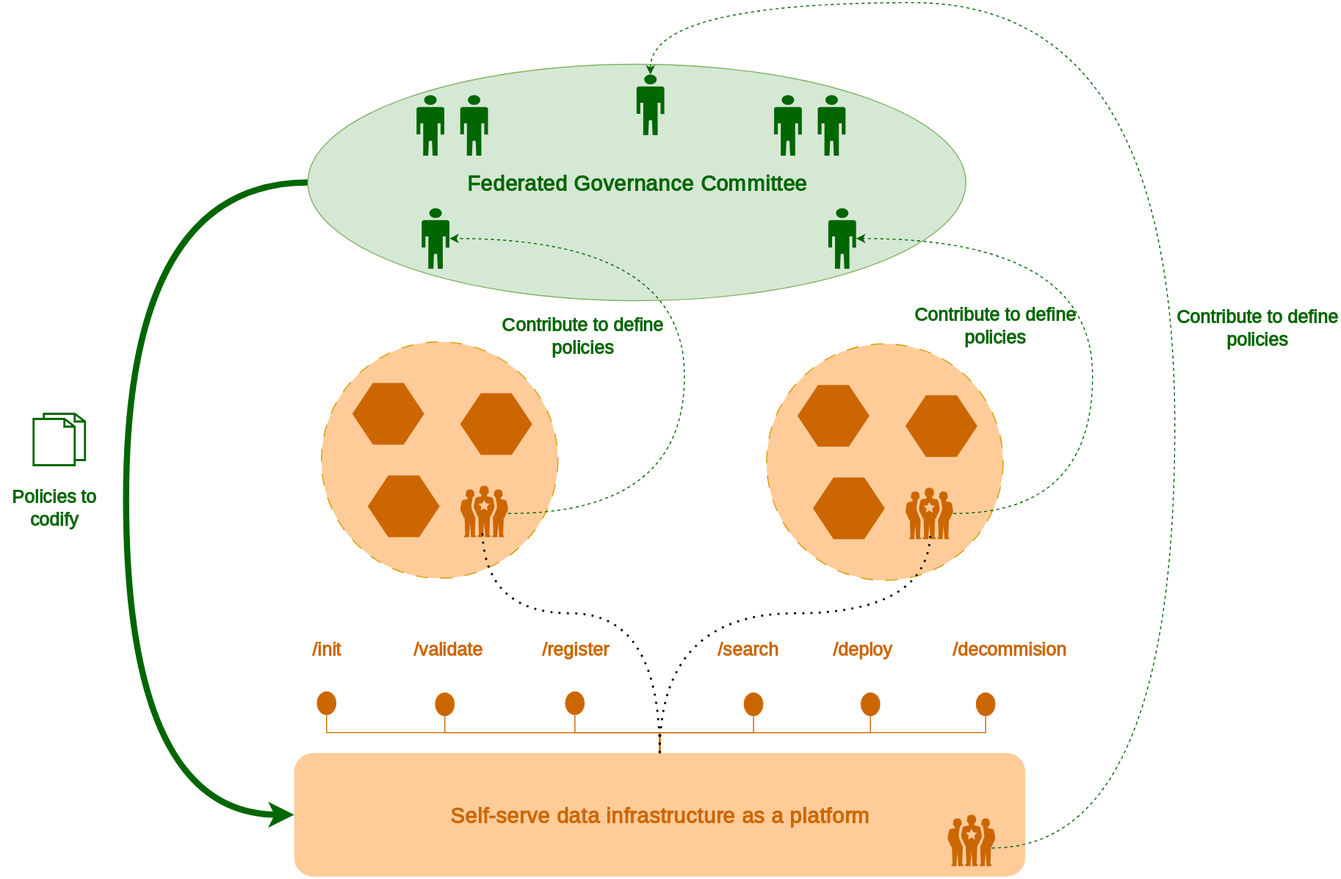
This is docs/images/concepts/federated-computational-governance.svg from opendatamesh-initiative/odm-site-platform, a draw.io export, as it was before one commit. Source tidied: cells renumbered, new cells last; positions are measured from the earlier drawing's top-left corner, leaving out a move shared by most shapes.
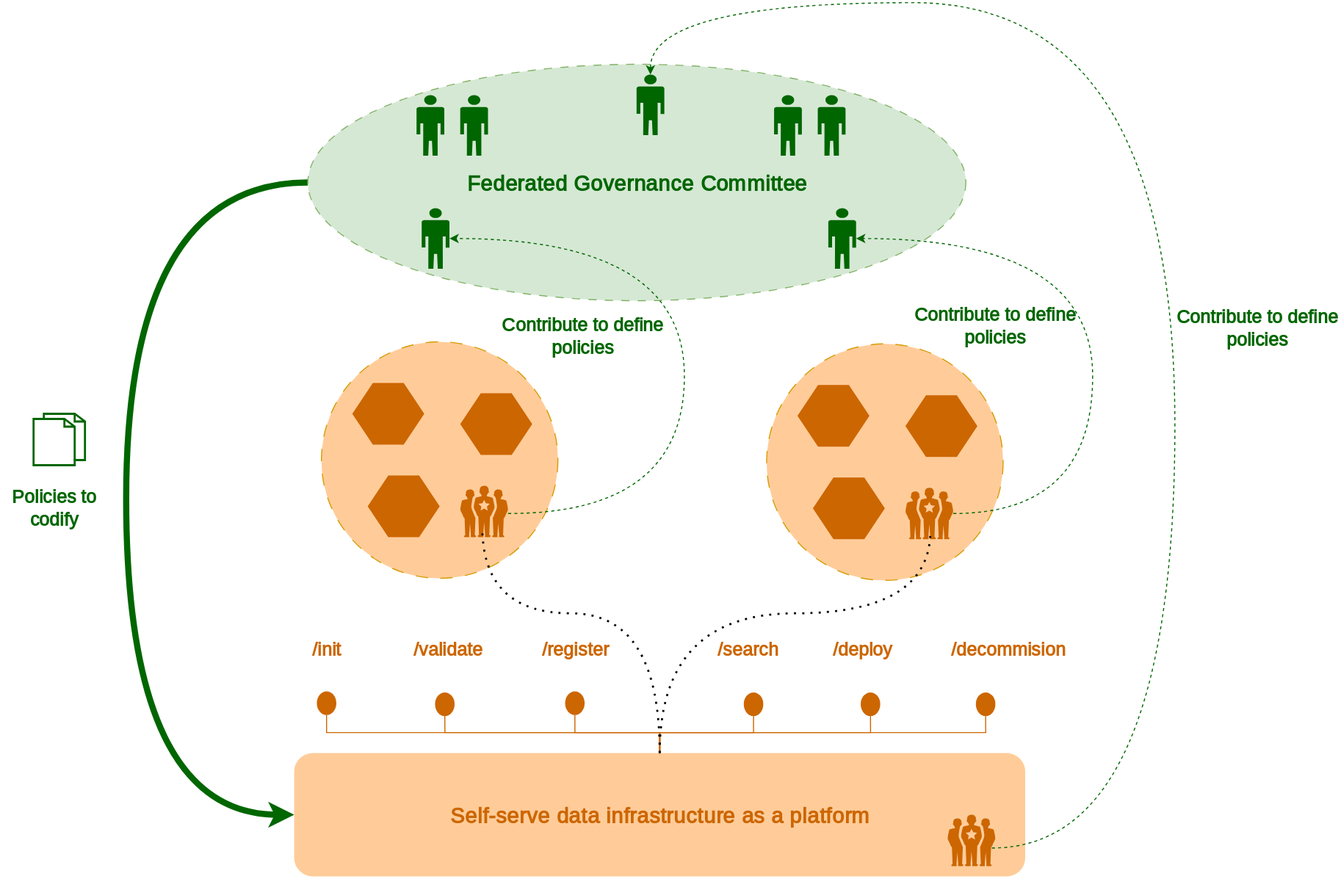
The same file after the commit.

Diff of the diagram source:
```diff
@@ -144,7 +144,7 @@
         </Array>
       </mxGeometry>
     </mxCell>
-    <mxCell id="34" value="&lt;font style=&quot;font-size: 21px; color: rgb(0, 102, 0);&quot; face=&quot;Poppins&quot;&gt;&lt;b style=&quot;&quot;&gt;Federated Governance Committee&lt;/b&gt;&lt;/font&gt;" style="ellipse;whiteSpace=wrap;html=1;fillColor=#D5E8D4;strokeColor=#82b366;" parent="1" vertex="1">
+    <mxCell id="34" value="&lt;font style=&quot;font-size: 21px; color: rgb(0, 102, 0);&quot; face=&quot;Poppins&quot;&gt;&lt;b style=&quot;&quot;&gt;Federated Governance Committee&lt;/b&gt;&lt;/font&gt;" style="ellipse;whiteSpace=wrap;html=1;fillColor=#D5E8D4;strokeColor=#82b366;dashed=1;dashPattern=8 8;" parent="1" vertex="1">
       <mxGeometry x="296.8" y="60" width="640" height="230" as="geometry" />
     </mxCell>
     <mxCell id="35" style="verticalLabelPosition=bottom;sketch=0;html=1;fillColor=#CC6600;strokeColor=none;verticalAlign=top;align=center;shape=mxgraph.cisco_safe.people_places_things_icons.icon1;fontColor=#CC6600;fontFamily=Poppins;fontSource=https%3A%2F%2Ffonts.googleapis.com%2Fcss%3Ffamily%3DPoppins;" parent="1" vertex="1">
```
